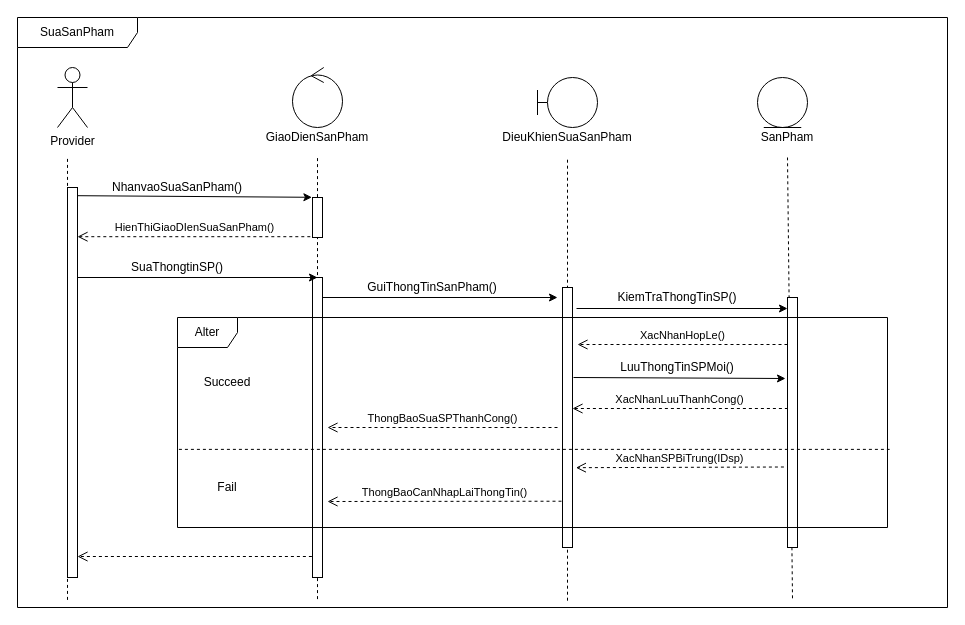
This is Sequence/SuaSanPham.drawio from hoangminh15/PTTKHT, a draw.io file, before an edit. Source tidied: cells renumbered, new cells numbered last; positions are measured from the earlier drawing's top-left corner, leaving out a move shared by most shapes. Both pictures are drawn from the tidied source at 100%, with x=0, y=0 at pixel (17, 17).
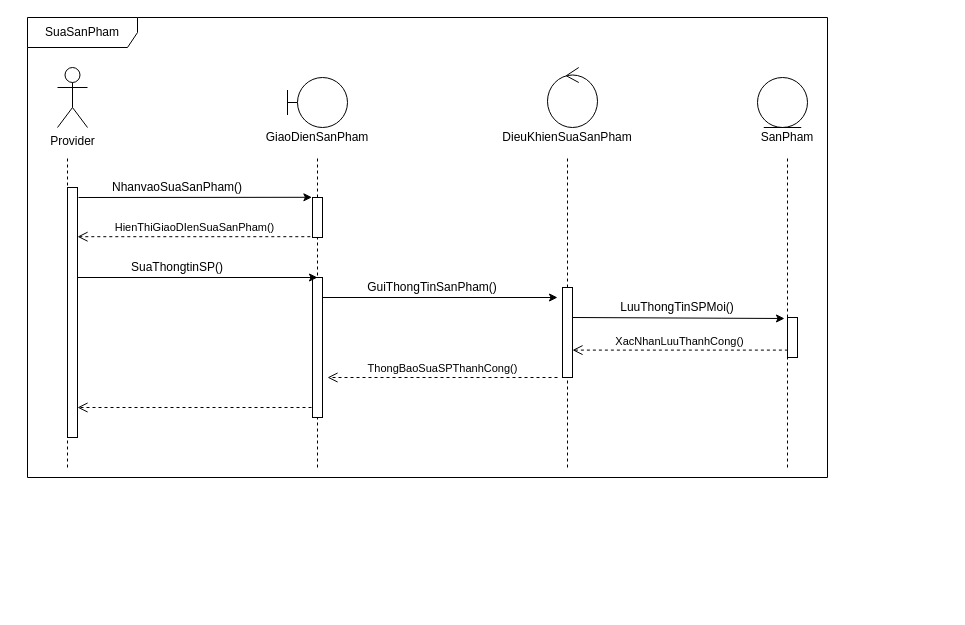
The same page after the edit.

The change refers to these unchanged cells:
```xml
<mxCell id="14" style="html=1;points=[];perimeter=orthogonalPerimeter;" parent="1" vertex="1">
  <mxGeometry x="295" y="180" width="10" height="40" as="geometry" />
</mxCell>
```

Diff of the diagram source:
```diff
@@
     <mxCell id="3" style="ellipse;shape=umlControl;whiteSpace=wrap;html=1;" parent="1" vertex="1">
-      <mxGeometry x="275" y="50" width="50" height="60" as="geometry" />
+      <mxGeometry x="530" y="50" width="50" height="60" as="geometry" />
     </mxCell>
@@
     <mxCell id="5" style="shape=umlBoundary;whiteSpace=wrap;html=1;" parent="1" vertex="1">
-      <mxGeometry x="520" y="60" width="60" height="50" as="geometry" />
+      <mxGeometry x="270" y="60" width="60" height="50" as="geometry" />
     </mxCell>
@@
     <mxCell id="9" style="endArrow=none;dashed=1;html=1;" parent="1" edge="1">
       <mxGeometry relative="1" as="geometry">
-        <mxPoint x="775" y="580.8" as="sourcePoint" />
+        <mxPoint x="770" y="450" as="sourcePoint" />
         <mxPoint x="770" y="140" as="targetPoint" />
       </mxGeometry>
     </mxCell>
     <mxCell id="10" style="endArrow=none;dashed=1;html=1;" parent="1" edge="1">
       <mxGeometry relative="1" as="geometry">
-        <mxPoint x="550" y="583.2" as="sourcePoint" />
+        <mxPoint x="550" y="450" as="sourcePoint" />
         <mxPoint x="550" y="140" as="targetPoint" />
       </mxGeometry>
     </mxCell>
     <mxCell id="11" style="endArrow=none;dashed=1;html=1;" parent="1" edge="1">
       <mxGeometry relative="1" as="geometry">
-        <mxPoint x="300" y="581.6" as="sourcePoint" />
+        <mxPoint x="300" y="450" as="sourcePoint" />
         <mxPoint x="300" y="140" as="targetPoint" />
       </mxGeometry>
     </mxCell>
     <mxCell id="12" style="endArrow=none;dashed=1;html=1;" parent="1" edge="1">
       <mxGeometry relative="1" as="geometry">
-        <mxPoint x="50" y="582.4" as="sourcePoint" />
+        <mxPoint x="50" y="450" as="sourcePoint" />
         <mxPoint x="50" y="140" as="targetPoint" />
       </mxGeometry>
     </mxCell>
     <mxCell id="13" style="html=1;points=[];perimeter=orthogonalPerimeter;" parent="1" vertex="1">
-      <mxGeometry x="50" y="170" width="10" height="390" as="geometry" />
+      <mxGeometry x="50" y="170" width="10" height="250" as="geometry" />
     </mxCell>
@@
     <mxCell id="16" style="html=1;points=[];perimeter=orthogonalPerimeter;" parent="1" vertex="1">
-      <mxGeometry x="295" y="260" width="10" height="300" as="geometry" />
+      <mxGeometry x="295" y="260" width="10" height="140" as="geometry" />
     </mxCell>
     <mxCell id="17" style="html=1;points=[];perimeter=orthogonalPerimeter;" parent="1" vertex="1">
-      <mxGeometry x="545" y="270" width="10" height="260" as="geometry" />
+      <mxGeometry x="545" y="270" width="10" height="90" as="geometry" />
     </mxCell>
     <mxCell id="18" style="html=1;points=[];perimeter=orthogonalPerimeter;" parent="1" vertex="1">
-      <mxGeometry x="770" y="280" width="10" height="250" as="geometry" />
+      <mxGeometry x="770" y="300" width="10" height="40" as="geometry" />
     </mxCell>
-    <mxCell id="19" style="endArrow=classic;html=1;exitX=1;exitY=0.021;exitDx=0;exitDy=0;exitPerimeter=0;entryX=-0.06;entryY=-0.005;entryDx=0;entryDy=0;entryPerimeter=0;" parent="1" edge="1" source="13" target="14">
-      <mxGeometry relative="1" as="geometry" />
+    <mxCell id="19" style="endArrow=classic;html=1;entryX=-0.06;entryY=-0.005;entryDx=0;entryDy=0;entryPerimeter=0;" parent="1" edge="1" target="14">
+      <mxGeometry relative="1" as="geometry">
+        <mxPoint x="61" y="180" as="sourcePoint" />
+      </mxGeometry>
     </mxCell>
@@
-    <mxCell id="25" style="endArrow=classic;html=1;" parent="1" edge="1">
-      <mxGeometry relative="1" as="geometry">
-        <mxPoint x="559" y="291" as="sourcePoint" />
-        <mxPoint x="770" y="291" as="targetPoint" />
-      </mxGeometry>
-    </mxCell>
-    <mxCell id="26" value="KiemTraThongTinSP()" style="text;html=1;strokeColor=none;fillColor=none;align=center;verticalAlign=middle;whiteSpace=wrap;rounded=0;" parent="1" vertex="1">
-      <mxGeometry x="640" y="270" width="40" height="20" as="geometry" />
-    </mxCell>
-    <mxCell id="27" value="XacNhanHopLe()" style="html=1;verticalAlign=bottom;endArrow=open;dashed=1;endSize=8;" parent="1" edge="1" source="18">
-      <mxGeometry relative="1" as="geometry">
-        <mxPoint x="560" y="327" as="targetPoint" />
-      </mxGeometry>
-    </mxCell>
     <mxCell id="28" style="endArrow=classic;html=1;" parent="1" edge="1">
       <mxGeometry relative="1" as="geometry">
-        <mxPoint x="556" y="360" as="sourcePoint" />
-        <mxPoint x="768" y="361" as="targetPoint" />
+        <mxPoint x="555" y="300" as="sourcePoint" />
+        <mxPoint x="767" y="301" as="targetPoint" />
       </mxGeometry>
     </mxCell>
     <mxCell id="29" value="LuuThongTinSPMoi()" style="text;html=1;strokeColor=none;fillColor=none;align=center;verticalAlign=middle;whiteSpace=wrap;rounded=0;" parent="1" vertex="1">
-      <mxGeometry x="640" y="340" width="40" height="20" as="geometry" />
+      <mxGeometry x="640" y="280" width="40" height="20" as="geometry" />
     </mxCell>
-    <mxCell id="30" value="XacNhanLuuThanhCong()" style="html=1;verticalAlign=bottom;endArrow=open;dashed=1;endSize=8;exitX=0.04;exitY=0.444;exitDx=0;exitDy=0;exitPerimeter=0;" parent="1" edge="1" source="18" target="17">
+    <mxCell id="30" value="XacNhanLuuThanhCong()" style="html=1;verticalAlign=bottom;endArrow=open;dashed=1;endSize=8;exitX=0.04;exitY=0.815;exitDx=0;exitDy=0;exitPerimeter=0;" parent="1" edge="1" source="18" target="17">
       <mxGeometry relative="1" as="geometry" />
     </mxCell>
     <mxCell id="31" value="ThongBaoSuaSPThanhCong()" style="html=1;verticalAlign=bottom;endArrow=open;dashed=1;endSize=8;" parent="1" edge="1">
       <mxGeometry relative="1" as="geometry">
-        <mxPoint x="540" y="410" as="sourcePoint" />
-        <mxPoint x="310" y="410" as="targetPoint" />
+        <mxPoint x="540" y="360" as="sourcePoint" />
+        <mxPoint x="310" y="360" as="targetPoint" />
       </mxGeometry>
     </mxCell>
-    <mxCell id="32" value="XacNhanSPBiTrung(IDsp)" style="html=1;verticalAlign=bottom;endArrow=open;dashed=1;endSize=8;exitX=-0.36;exitY=0.678;exitDx=0;exitDy=0;exitPerimeter=0;entryX=1.34;entryY=0.693;entryDx=0;entryDy=0;entryPerimeter=0;" parent="1" edge="1" source="18" target="17">
-      <mxGeometry relative="1" as="geometry" />
-    </mxCell>
-    <mxCell id="33" value="ThongBaoCanNhapLaiThongTin()" style="html=1;verticalAlign=bottom;endArrow=open;dashed=1;endSize=8;exitX=-0.1;exitY=0.822;exitDx=0;exitDy=0;exitPerimeter=0;" parent="1" edge="1" source="17">
-      <mxGeometry relative="1" as="geometry">
-        <mxPoint x="310" y="484" as="targetPoint" />
-      </mxGeometry>
-    </mxCell>
-    <mxCell id="34" value="Alter" style="shape=umlFrame;whiteSpace=wrap;html=1;" parent="1" vertex="1">
-      <mxGeometry x="160" y="300" width="710" height="210" as="geometry" />
-    </mxCell>
-    <mxCell id="35" style="html=1;verticalAlign=bottom;endArrow=open;dashed=1;endSize=8;exitX=-0.06;exitY=0.93;exitDx=0;exitDy=0;exitPerimeter=0;" parent="1" edge="1" source="16">
+    <mxCell id="35" style="html=1;verticalAlign=bottom;endArrow=open;dashed=1;endSize=8;" parent="1" edge="1" target="13">
       <mxGeometry relative="1" as="geometry">
-        <mxPoint x="60" y="539" as="targetPoint" />
+        <mxPoint x="294" y="390" as="sourcePoint" />
       </mxGeometry>
     </mxCell>
-    <mxCell id="36" style="endArrow=none;dashed=1;html=1;exitX=0.002;exitY=0.628;exitDx=0;exitDy=0;exitPerimeter=0;entryX=1.003;entryY=0.628;entryDx=0;entryDy=0;entryPerimeter=0;" parent="1" edge="1" source="34" target="34">
-      <mxGeometry relative="1" as="geometry" />
-    </mxCell>
-    <mxCell id="37" value="Succeed" style="text;html=1;strokeColor=none;fillColor=none;align=center;verticalAlign=middle;whiteSpace=wrap;rounded=0;" parent="1" vertex="1">
-      <mxGeometry x="190" y="355" width="40" height="20" as="geometry" />
-    </mxCell>
-    <mxCell id="38" value="Fail" style="text;html=1;strokeColor=none;fillColor=none;align=center;verticalAlign=middle;whiteSpace=wrap;rounded=0;" parent="1" vertex="1">
-      <mxGeometry x="190" y="460" width="40" height="20" as="geometry" />
-    </mxCell>
-    <mxCell id="39" value="SuaSanPham" style="shape=umlFrame;whiteSpace=wrap;html=1;width=120;height=30;" parent="1" vertex="1">
-      <mxGeometry width="930" height="590" as="geometry" />
+    <mxCell id="39" value="SuaSanPham" style="shape=umlFrame;whiteSpace=wrap;html=1;width=110;height=30;" parent="1" vertex="1">
+      <mxGeometry x="10" width="800" height="460" as="geometry" />
     </mxCell>
```
